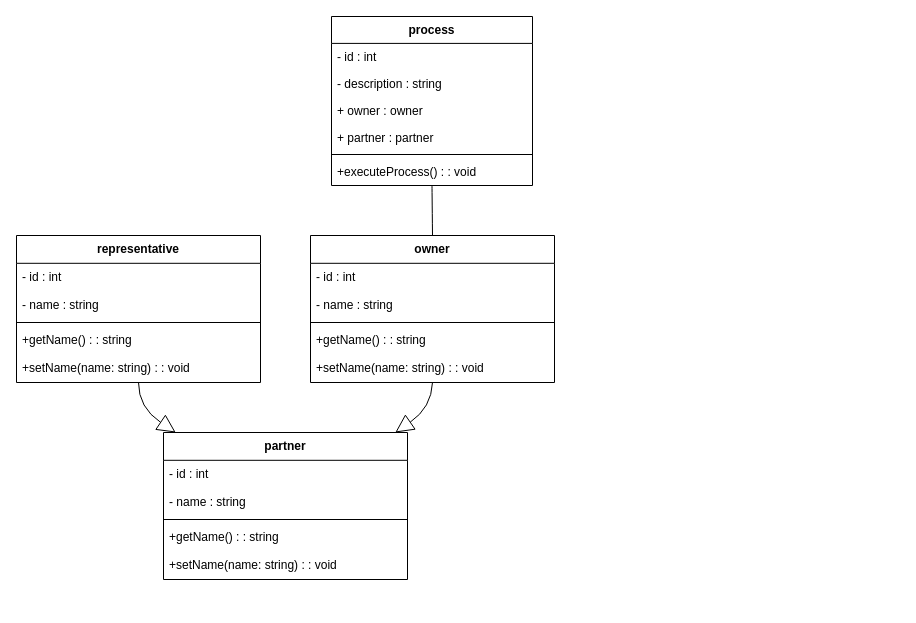
dayron-peeta/website_process_ics keeps this draw.io diagram as ICS-Desoft.drawio. Above is the earlier version. Source tidied: cells renumbered, new cells numbered last; positions are measured from the earlier drawing's top-left corner, leaving out a move shared by most shapes. Both pictures are drawn from the tidied source at 100%, with x=0, y=0 at pixel (16, 16).
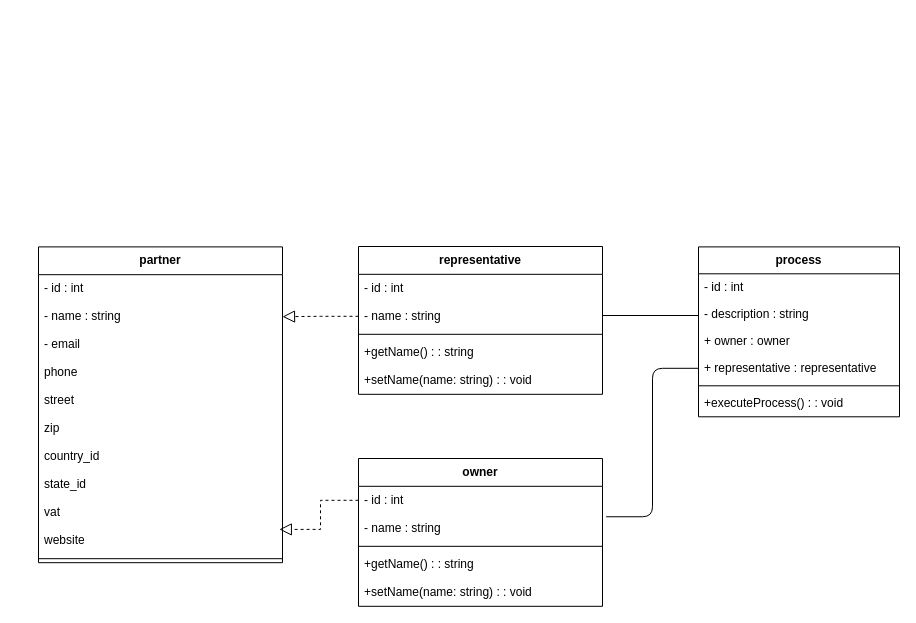
The same diagram, later.

The edit, as a diff of the source:
```diff
@@
     <mxCell id="2" value="representative" style="swimlane;fontStyle=1;align=center;verticalAlign=top;horizontal=1;startSize=27.8;" parent="1" vertex="1">
-      <mxGeometry y="219" width="244" height="147" as="geometry" />
+      <mxGeometry x="342" y="230" width="244" height="147.8" as="geometry" />
     </mxCell>
     <mxCell id="3" value="- id : int" style="text;strokeColor=none;fillColor=none;align=left;verticalAlign=top;spacingLeft=4;spacingRight=4;overflow=hidden;" parent="2" vertex="1">
-      <mxGeometry y="28" width="244" height="28" as="geometry" />
+      <mxGeometry y="27.8" width="244" height="28" as="geometry" />
     </mxCell>
     <mxCell id="4" value="- name : string" style="text;strokeColor=none;fillColor=none;align=left;verticalAlign=top;spacingLeft=4;spacingRight=4;overflow=hidden;points=[[0,0.5],[1,0.5]];portConstraint=eastwest;" parent="2" vertex="1">
-      <mxGeometry y="56" width="244" height="28" as="geometry" />
+      <mxGeometry y="55.8" width="244" height="28" as="geometry" />
     </mxCell>
     <mxCell id="5" style="line;strokeWidth=1;fillColor=none;align=left;verticalAlign=middle;spacingTop=-1;spacingLeft=3;spacingRight=3;labelPosition=right;strokeColor=inherit;" parent="2" vertex="1">
-      <mxGeometry y="83" width="244" height="8" as="geometry" />
+      <mxGeometry y="83.8" width="244" height="8" as="geometry" />
     </mxCell>
     <mxCell id="6" value="+getName() : : string" style="text;strokeColor=none;fillColor=none;align=left;verticalAlign=top;spacingLeft=4;spacingRight=4;overflow=hidden;" parent="2" vertex="1">
-      <mxGeometry y="91" width="244" height="28" as="geometry" />
+      <mxGeometry y="91.8" width="244" height="28" as="geometry" />
     </mxCell>
     <mxCell id="7" value="+setName(name: string) : : void" style="text;strokeColor=none;fillColor=none;align=left;verticalAlign=top;spacingLeft=4;spacingRight=4;overflow=hidden;" parent="2" vertex="1">
-      <mxGeometry y="119" width="244" height="28" as="geometry" />
+      <mxGeometry y="119.8" width="244" height="28" as="geometry" />
     </mxCell>
     <mxCell id="8" value="owner" style="swimlane;fontStyle=1;align=center;verticalAlign=top;horizontal=1;startSize=27.8;" parent="1" vertex="1">
-      <mxGeometry x="294" y="219" width="244" height="147" as="geometry" />
+      <mxGeometry x="342" y="442" width="244" height="147.8" as="geometry" />
     </mxCell>
     <mxCell id="9" value="- id : int" style="text;strokeColor=none;fillColor=none;align=left;verticalAlign=top;spacingLeft=4;spacingRight=4;overflow=hidden;points=[[0,0.5],[1,0.5]];portConstraint=eastwest;" parent="8" vertex="1">
-      <mxGeometry y="28" width="244" height="28" as="geometry" />
+      <mxGeometry y="27.8" width="244" height="28" as="geometry" />
     </mxCell>
     <mxCell id="10" value="- name : string" style="text;strokeColor=none;fillColor=none;align=left;verticalAlign=top;spacingLeft=4;spacingRight=4;overflow=hidden;points=[[0,0.5],[1,0.5]];portConstraint=eastwest;" parent="8" vertex="1">
-      <mxGeometry y="56" width="244" height="28" as="geometry" />
+      <mxGeometry y="55.8" width="244" height="28" as="geometry" />
     </mxCell>
     <mxCell id="11" style="line;strokeWidth=1;fillColor=none;align=left;verticalAlign=middle;spacingTop=-1;spacingLeft=3;spacingRight=3;labelPosition=right;strokeColor=inherit;" parent="8" vertex="1">
-      <mxGeometry y="83" width="244" height="8" as="geometry" />
+      <mxGeometry y="83.8" width="244" height="8" as="geometry" />
     </mxCell>
     <mxCell id="12" value="+getName() : : string" style="text;strokeColor=none;fillColor=none;align=left;verticalAlign=top;spacingLeft=4;spacingRight=4;overflow=hidden;" parent="8" vertex="1">
-      <mxGeometry y="91" width="244" height="28" as="geometry" />
+      <mxGeometry y="91.8" width="244" height="28" as="geometry" />
     </mxCell>
     <mxCell id="13" value="+setName(name: string) : : void" style="text;strokeColor=none;fillColor=none;align=left;verticalAlign=top;spacingLeft=4;spacingRight=4;overflow=hidden;" parent="8" vertex="1">
-      <mxGeometry y="119" width="244" height="28" as="geometry" />
+      <mxGeometry y="119.8" width="244" height="28" as="geometry" />
     </mxCell>
-    <mxCell id="14" value="partner" style="swimlane;fontStyle=1;align=center;verticalAlign=top;horizontal=1;startSize=27.8;" parent="1" vertex="1">
-      <mxGeometry x="147" y="416" width="244" height="147" as="geometry" />
+    <mxCell id="14" value="partner" style="swimlane;fontStyle=1;align=center;verticalAlign=top;horizontal=1;startSize=27.8;strokeColor=#000000;" parent="1" vertex="1">
+      <mxGeometry x="22" y="230.4" width="244" height="315.8" as="geometry" />
     </mxCell>
     <mxCell id="15" value="- id : int" style="text;strokeColor=none;fillColor=none;align=left;verticalAlign=top;spacingLeft=4;spacingRight=4;overflow=hidden;" parent="14" vertex="1">
-      <mxGeometry y="28" width="244" height="28" as="geometry" />
+      <mxGeometry y="27.8" width="244" height="28" as="geometry" />
     </mxCell>
     <mxCell id="16" value="- name : string" style="text;strokeColor=none;fillColor=none;align=left;verticalAlign=top;spacingLeft=4;spacingRight=4;overflow=hidden;points=[[0,0.5],[1,0.5]];portConstraint=eastwest;" parent="14" vertex="1">
-      <mxGeometry y="56" width="244" height="28" as="geometry" />
+      <mxGeometry y="55.8" width="244" height="28" as="geometry" />
     </mxCell>
+    <mxCell id="30" value="- email" style="text;strokeColor=none;fillColor=none;align=left;verticalAlign=top;spacingLeft=4;spacingRight=4;overflow=hidden;" parent="14" vertex="1">
+      <mxGeometry y="83.8" width="244" height="28" as="geometry" />
+    </mxCell>
+    <mxCell id="31" value="phone" style="text;strokeColor=none;fillColor=none;align=left;verticalAlign=top;spacingLeft=4;spacingRight=4;overflow=hidden;" parent="14" vertex="1">
+      <mxGeometry y="111.8" width="244" height="28" as="geometry" />
+    </mxCell>
+    <mxCell id="32" value="street" style="text;strokeColor=none;fillColor=none;align=left;verticalAlign=top;spacingLeft=4;spacingRight=4;overflow=hidden;" parent="14" vertex="1">
+      <mxGeometry y="139.8" width="244" height="28" as="geometry" />
+    </mxCell>
+    <mxCell id="33" value="zip" style="text;strokeColor=none;fillColor=none;align=left;verticalAlign=top;spacingLeft=4;spacingRight=4;overflow=hidden;" parent="14" vertex="1">
+      <mxGeometry y="167.8" width="244" height="28" as="geometry" />
+    </mxCell>
+    <mxCell id="34" value="country_id" style="text;strokeColor=none;fillColor=none;align=left;verticalAlign=top;spacingLeft=4;spacingRight=4;overflow=hidden;" parent="14" vertex="1">
+      <mxGeometry y="195.8" width="244" height="28" as="geometry" />
+    </mxCell>
+    <mxCell id="35" value="state_id " style="text;strokeColor=none;fillColor=none;align=left;verticalAlign=top;spacingLeft=4;spacingRight=4;overflow=hidden;" parent="14" vertex="1">
+      <mxGeometry y="223.8" width="244" height="28" as="geometry" />
+    </mxCell>
+    <mxCell id="36" value="vat" style="text;strokeColor=none;fillColor=none;align=left;verticalAlign=top;spacingLeft=4;spacingRight=4;overflow=hidden;" parent="14" vertex="1">
+      <mxGeometry y="251.8" width="244" height="28" as="geometry" />
+    </mxCell>
+    <mxCell id="37" value="website" style="text;strokeColor=none;fillColor=none;align=left;verticalAlign=top;spacingLeft=4;spacingRight=4;overflow=hidden;points=[[0,0.5],[1,0.5]];portConstraint=eastwest;" parent="14" vertex="1">
+      <mxGeometry y="279.8" width="244" height="28" as="geometry" />
+    </mxCell>
     <mxCell id="17" style="line;strokeWidth=1;fillColor=none;align=left;verticalAlign=middle;spacingTop=-1;spacingLeft=3;spacingRight=3;labelPosition=right;strokeColor=inherit;" parent="14" vertex="1">
-      <mxGeometry y="83" width="244" height="8" as="geometry" />
+      <mxGeometry y="307.8" width="244" height="8" as="geometry" />
     </mxCell>
-    <mxCell id="18" value="+getName() : : string" style="text;strokeColor=none;fillColor=none;align=left;verticalAlign=top;spacingLeft=4;spacingRight=4;overflow=hidden;" parent="14" vertex="1">
-      <mxGeometry y="91" width="244" height="28" as="geometry" />
-    </mxCell>
-    <mxCell id="19" value="+setName(name: string) : : void" style="text;strokeColor=none;fillColor=none;align=left;verticalAlign=top;spacingLeft=4;spacingRight=4;overflow=hidden;" parent="14" vertex="1">
-      <mxGeometry y="119" width="244" height="28" as="geometry" />
-    </mxCell>
+    <mxCell id="38" style="edgeStyle=elbowEdgeStyle;rounded=0;jettySize=auto;html=1;endArrow=none;endFill=0;exitX=0;exitY=0.913;exitDx=0;exitDy=0;exitPerimeter=0;entryX=1;entryY=1.089;entryDx=0;entryDy=0;entryPerimeter=0;elbow=vertical;" parent="1" edge="1" source="21" target="4">
+      <mxGeometry relative="1" as="geometry" />
+    </mxCell>
     <mxCell id="20" value="process" style="swimlane;fontStyle=1;align=center;verticalAlign=top;horizontal=1;startSize=26.899998982747395;" parent="1" vertex="1">
-      <mxGeometry x="315" width="201" height="169" as="geometry" />
+      <mxGeometry x="682" y="230.4" width="201" height="169.9" as="geometry" />
     </mxCell>
     <mxCell id="21" value="- id : int" style="text;strokeColor=none;fillColor=none;align=left;verticalAlign=top;spacingLeft=4;spacingRight=4;overflow=hidden;points=[[0,0.5],[1,0.5]];portConstraint=eastwest;" parent="20" vertex="1">
-      <mxGeometry y="27" width="201" height="27" as="geometry" />
+      <mxGeometry y="26.9" width="201" height="27" as="geometry" />
     </mxCell>
     <mxCell id="22" value="- description : string" style="text;strokeColor=none;fillColor=none;align=left;verticalAlign=top;spacingLeft=4;spacingRight=4;overflow=hidden;" parent="20" vertex="1">
-      <mxGeometry y="54" width="201" height="27" as="geometry" />
+      <mxGeometry y="53.9" width="201" height="27" as="geometry" />
     </mxCell>
     <mxCell id="23" value="+ owner : owner" style="text;strokeColor=none;fillColor=none;align=left;verticalAlign=top;spacingLeft=4;spacingRight=4;overflow=hidden;" parent="20" vertex="1">
-      <mxGeometry y="81" width="201" height="27" as="geometry" />
+      <mxGeometry y="80.9" width="201" height="27" as="geometry" />
     </mxCell>
-    <mxCell id="24" value="+ partner : partner" style="text;strokeColor=none;fillColor=none;align=left;verticalAlign=top;spacingLeft=4;spacingRight=4;overflow=hidden;points=[[0,0.5],[1,0.5]];portConstraint=eastwest;" parent="20" vertex="1">
-      <mxGeometry y="108" width="201" height="27" as="geometry" />
+    <mxCell id="24" value="+ representative : representative" style="text;strokeColor=none;fillColor=none;align=left;verticalAlign=top;spacingLeft=4;spacingRight=4;overflow=hidden;points=[[0,0.5],[1,0.5]];portConstraint=eastwest;" parent="20" vertex="1">
+      <mxGeometry y="107.9" width="201" height="27" as="geometry" />
     </mxCell>
     <mxCell id="25" style="line;strokeWidth=1;fillColor=none;align=left;verticalAlign=middle;spacingTop=-1;spacingLeft=3;spacingRight=3;labelPosition=right;strokeColor=inherit;" parent="20" vertex="1">
-      <mxGeometry y="134" width="201" height="8" as="geometry" />
+      <mxGeometry y="134.9" width="201" height="8" as="geometry" />
     </mxCell>
     <mxCell id="26" value="+executeProcess() : : void" style="text;strokeColor=none;fillColor=none;align=left;verticalAlign=top;spacingLeft=4;spacingRight=4;overflow=hidden;" parent="20" vertex="1">
-      <mxGeometry y="142" width="201" height="27" as="geometry" />
+      <mxGeometry y="142.9" width="201" height="27" as="geometry" />
     </mxCell>
-    <mxCell id="27" style="curved=1;startArrow=none;endArrow=block;endSize=16;endFill=0;exitX=0.5;exitY=1;entryX=0.05;entryY=0;" parent="1" edge="1" source="2" target="14">
-      <mxGeometry relative="1" as="geometry">
-        <Array as="points">
-          <mxPoint x="122" y="391" />
-        </Array>
-      </mxGeometry>
-    </mxCell>
-    <mxCell id="28" style="curved=1;startArrow=none;endArrow=block;endSize=16;endFill=0;exitX=0.5;exitY=1;entryX=0.95;entryY=0;" parent="1" edge="1" source="8" target="14">
-      <mxGeometry relative="1" as="geometry">
-        <Array as="points">
-          <mxPoint x="415" y="391" />
-        </Array>
-      </mxGeometry>
-    </mxCell>
-    <mxCell id="29" style="curved=1;startArrow=none;endArrow=none;exitX=0.5;exitY=1;entryX=0.5;entryY=0;" parent="1" edge="1" source="20" target="8">
+    <mxCell id="29" style="startArrow=none;endArrow=none;exitX=0;exitY=0.5;entryX=1.015;entryY=0.088;exitDx=0;exitDy=0;entryDx=0;entryDy=0;entryPerimeter=0;edgeStyle=elbowEdgeStyle;rounded=1;curved=0;" parent="1" edge="1" source="24" target="10">
       <mxGeometry relative="1" as="geometry" />
     </mxCell>
+    <mxCell id="39" style="edgeStyle=orthogonalEdgeStyle;rounded=0;jettySize=auto;html=1;endArrow=block;endFill=0;sourcePerimeterSpacing=0;targetPerimeterSpacing=0;endSize=10;startSize=6;dashed=1;entryX=1;entryY=0.5;entryDx=0;entryDy=0;" parent="1" edge="1" source="4" target="16">
+      <mxGeometry relative="1" as="geometry" />
+    </mxCell>
+    <mxCell id="40" style="edgeStyle=orthogonalEdgeStyle;rounded=0;jettySize=auto;html=1;entryX=0.987;entryY=0.097;entryDx=0;entryDy=0;endArrow=block;endFill=0;endSize=10;dashed=1;entryPerimeter=0;" parent="1" edge="1" source="9" target="37">
+      <mxGeometry relative="1" as="geometry" />
+    </mxCell>
```
